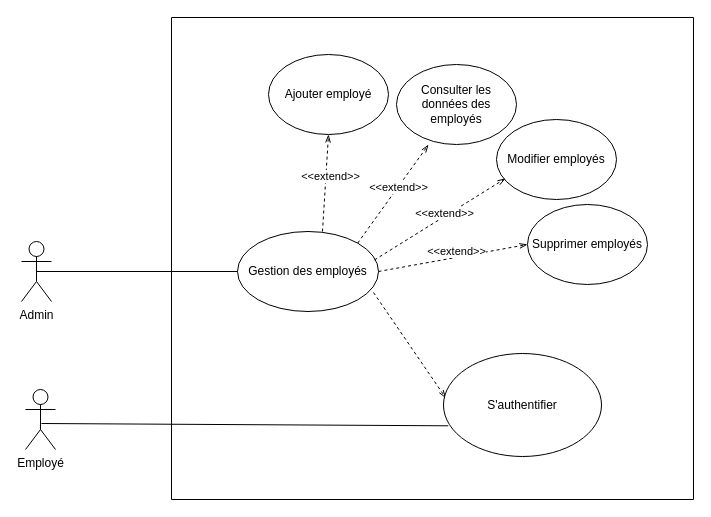
This is diagramme.drawio from nourmef/nour, a draw.io file, before an edit. Source tidied: cells renumbered, new cells numbered last; positions are measured from the earlier drawing's top-left corner, leaving out a move shared by most shapes. Both pictures are drawn from the tidied source at 100%, with x=0, y=0 at pixel (21, 17).
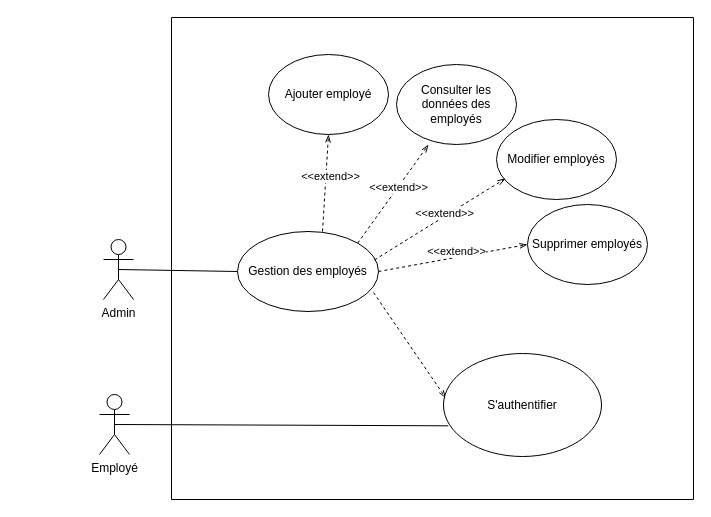
Above is the later version.

Commit message:
Mettre à jour diagramme.drawio

The change refers to these unchanged cells:
```xml
<mxCell id="21" value="S'authentifier" style="ellipse;whiteSpace=wrap;html=1;" parent="20" vertex="1">
  <mxGeometry x="272" y="336" width="158" height="103" as="geometry" />
</mxCell>
```

The edit, as a diff of the source:
```diff
@@
     <mxCell id="2" value="Admin" style="shape=umlActor;verticalLabelPosition=bottom;verticalAlign=top;html=1;outlineConnect=0;" parent="1" vertex="1">
-      <mxGeometry y="224" width="30" height="60" as="geometry" />
+      <mxGeometry x="82" y="222" width="30" height="60" as="geometry" />
     </mxCell>
     <mxCell id="3" value="Employé" style="shape=umlActor;verticalLabelPosition=bottom;verticalAlign=top;html=1;outlineConnect=0;" parent="1" vertex="1">
-      <mxGeometry x="4" y="372" width="30" height="60" as="geometry" />
+      <mxGeometry x="78" y="377" width="30" height="60" as="geometry" />
     </mxCell>
@@
-    <mxCell id="19" style="endArrow=none;html=1;rounded=0;entryX=0.03;entryY=0.702;entryDx=0;entryDy=0;entryPerimeter=0;" parent="1" edge="1" target="21">
-      <mxGeometry relative="1" as="geometry">
-        <mxPoint x="20" y="406" as="sourcePoint" />
-      </mxGeometry>
+    <mxCell id="19" style="endArrow=none;html=1;rounded=0;entryX=0.03;entryY=0.702;entryDx=0;entryDy=0;entryPerimeter=0;exitX=0.5;exitY=0.5;exitDx=0;exitDy=0;exitPerimeter=0;" parent="1" edge="1" source="3" target="21">
+      <mxGeometry relative="1" as="geometry" />
     </mxCell>
```
